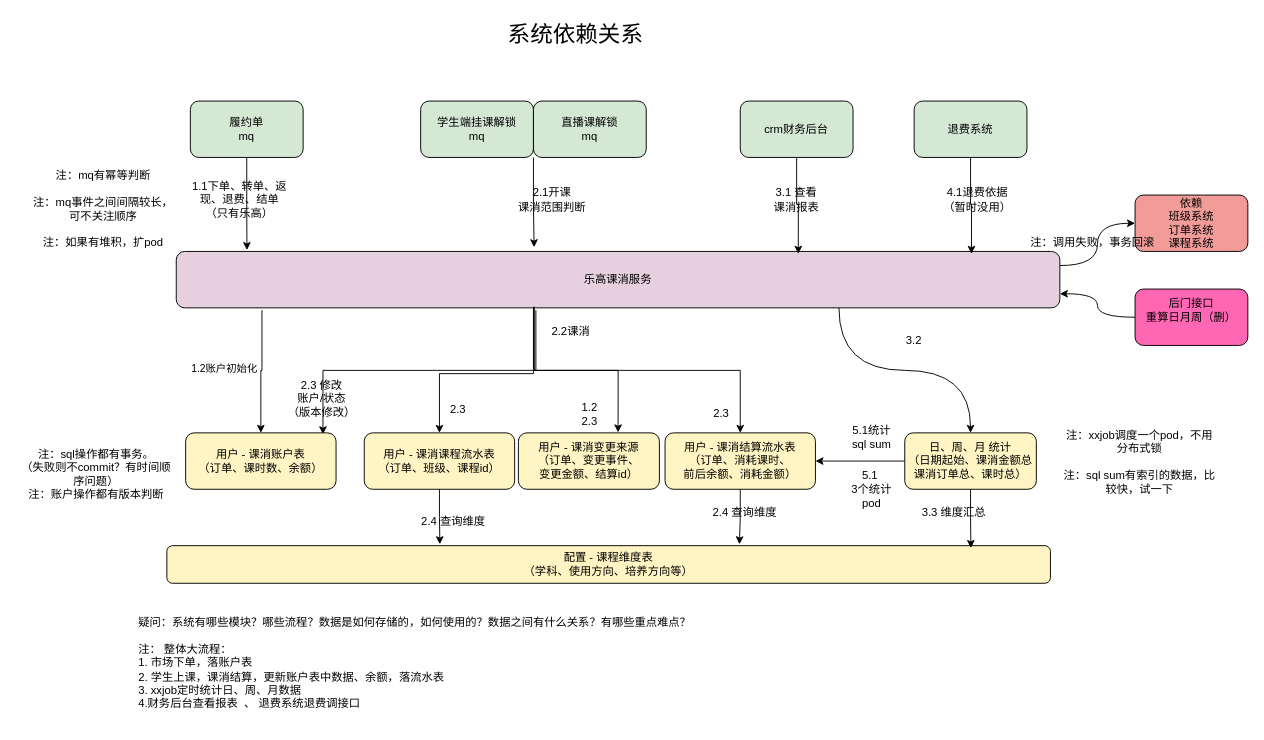
This is 课消.drawio from xiell2016/hetaoDesign, a draw.io file, before an edit. Source tidied: cells renumbered, new cells numbered last; positions are measured from the earlier drawing's top-left corner, leaving out a move shared by most shapes. Both pictures are drawn from the tidied source at 94%, with x=0, y=0 at pixel (16, 16).
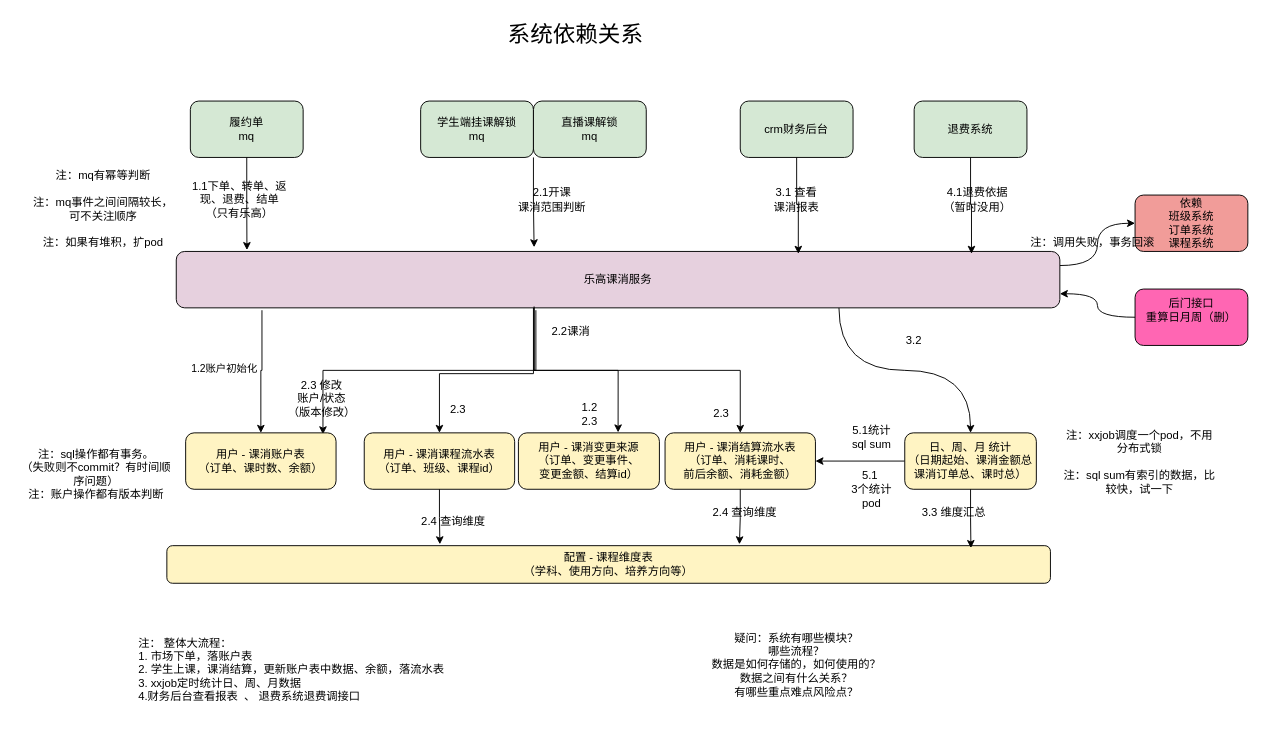
The same page after the edit.

Change to the diagram source:
```diff
@@
-    <mxCell id="51" value="&lt;div&gt;疑问：系统有哪些模块？哪些流程？数据是如何存储的，如何使用的？数据之间有什么关系？有哪些重点难点？&lt;/div&gt;&lt;div&gt;&lt;br&gt;&lt;/div&gt;注： 整体大流程：&lt;div&gt;1. 市场下单，落账户表&lt;/div&gt;&lt;div&gt;2. 学生上课，课消结算，更新账户表中数据、余额，落流水表&lt;/div&gt;&lt;div&gt;3. xxjob定时统计日、周、月数据&lt;/div&gt;&lt;div&gt;4.财务后台查看报表&amp;nbsp; 、 退费系统退费调接口&lt;/div&gt;&lt;div&gt;&lt;br&gt;&lt;/div&gt;" style="text;html=1;align=left;verticalAlign=middle;whiteSpace=wrap;rounded=0;" parent="1" vertex="1">
-      <mxGeometry x="127.5" y="650" width="670" height="90" as="geometry" />
+    <mxCell id="51" value="&lt;div&gt;&lt;br&gt;&lt;/div&gt;注： 整体大流程：&lt;div&gt;1. 市场下单，落账户表&lt;/div&gt;&lt;div&gt;2. 学生上课，课消结算，更新账户表中数据、余额，落流水表&lt;/div&gt;&lt;div&gt;3. xxjob定时统计日、周、月数据&lt;/div&gt;&lt;div&gt;4.财务后台查看报表&amp;nbsp; 、 退费系统退费调接口&lt;/div&gt;&lt;div&gt;&lt;br&gt;&lt;/div&gt;" style="text;html=1;align=left;verticalAlign=middle;whiteSpace=wrap;rounded=0;" parent="1" vertex="1">
+      <mxGeometry x="127.5" y="650" width="362.5" height="90" as="geometry" />
     </mxCell>
@@
+    <mxCell id="54" value="&lt;div&gt;疑问：系统有哪些模块？&lt;/div&gt;&lt;div&gt;哪些流程？&lt;/div&gt;&lt;div&gt;数据是如何存储的，如何使用的？&lt;/div&gt;&lt;div&gt;数据之间有什么关系？&lt;/div&gt;&lt;div&gt;有哪些重点难点风险点？&lt;/div&gt;" style="text;html=1;align=center;verticalAlign=middle;whiteSpace=wrap;rounded=0;" parent="1" vertex="1">
+      <mxGeometry x="680" y="640" width="300" height="100" as="geometry" />
+    </mxCell>
```
